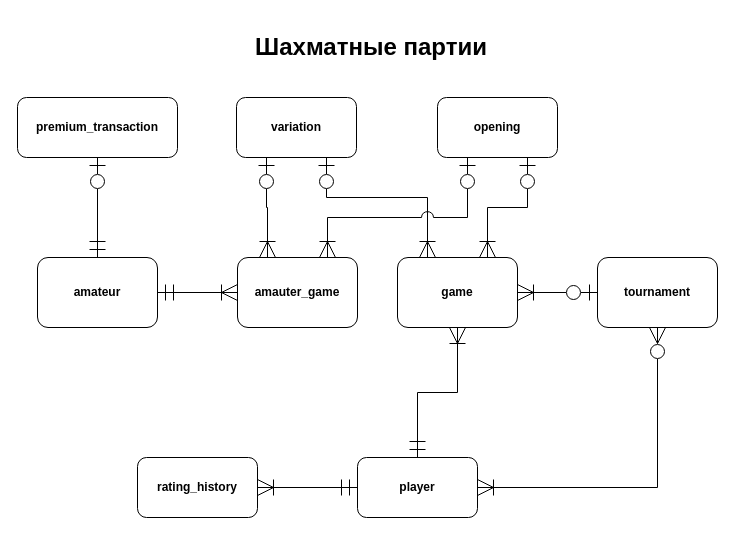
Before: page "концептуальная" (3 of 3) of docs/DB2023.drawio in Pr0f1D0c/DB2023Project, a draw.io diagram. Source tidied: cells renumbered, new cells numbered last; positions are measured from the earlier drawing's top-left corner, leaving out a move shared by most shapes. Both pictures are drawn from the tidied source at 100%, with x=0, y=0 at pixel (17, 27).
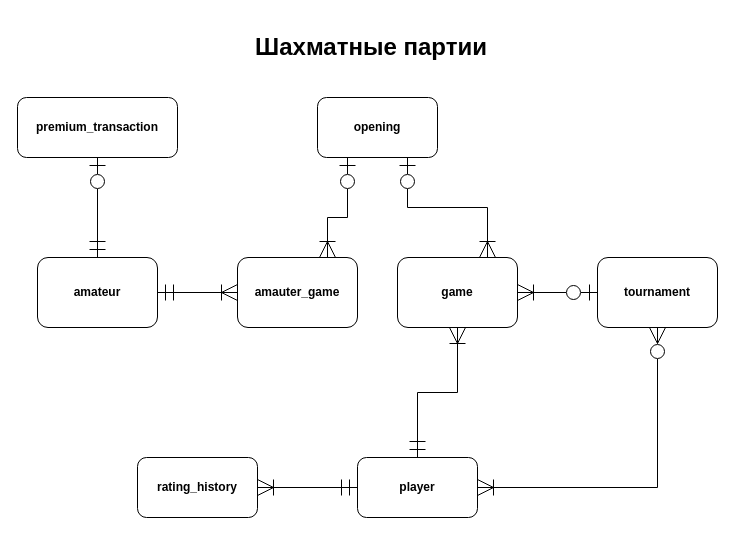
The same diagram, later.

Commit message (it also covers changes not shown here):
variation idea deprecated

Unchanged cells that the change refers to:
```xml
<mxCell id="10" value="&lt;b&gt;game&lt;/b&gt;" style="rounded=1;whiteSpace=wrap;html=1;" parent="1" vertex="1">
  <mxGeometry x="380" y="230" width="120" height="70" as="geometry" />
</mxCell>
<mxCell id="20" value="&lt;b&gt;amauter_game&lt;/b&gt;" style="rounded=1;whiteSpace=wrap;html=1;" parent="1" vertex="1">
  <mxGeometry x="220" y="230" width="120" height="70" as="geometry" />
</mxCell>
```

The edit, as a diff of the source:
```diff
@@
-    <mxCell id="7" style="edgeStyle=orthogonalEdgeStyle;rounded=0;jettySize=auto;html=1;exitX=0.25;exitY=0;exitDx=0;exitDy=0;entryX=0.75;entryY=1;entryDx=0;entryDy=0;endArrow=ERzeroToOne;endFill=0;startArrow=ERoneToMany;startFill=0;endSize=14;startSize=14;jumpStyle=arc;" parent="1" edge="1" source="10" target="11">
-      <mxGeometry relative="1" as="geometry">
-        <Array as="points">
-          <mxPoint x="410" y="170" />
-          <mxPoint x="309" y="170" />
-        </Array>
-      </mxGeometry>
-    </mxCell>
@@
     <mxCell id="9" value="&lt;b&gt;opening&lt;/b&gt;" style="rounded=1;whiteSpace=wrap;html=1;" parent="1" vertex="1">
-      <mxGeometry x="420" y="70" width="120" height="60" as="geometry" />
+      <mxGeometry x="300" y="70" width="120" height="60" as="geometry" />
     </mxCell>
@@
-    <mxCell id="11" value="&lt;b&gt;variation&lt;/b&gt;" style="rounded=1;whiteSpace=wrap;html=1;" parent="1" vertex="1">
-      <mxGeometry x="219" y="70" width="120" height="60" as="geometry" />
-    </mxCell>
@@
-    <mxCell id="21" style="edgeStyle=orthogonalEdgeStyle;rounded=0;jettySize=auto;html=1;exitX=0.25;exitY=0;exitDx=0;exitDy=0;entryX=0.25;entryY=1;entryDx=0;entryDy=0;endArrow=ERzeroToOne;endFill=0;startArrow=ERoneToMany;startFill=0;endSize=14;startSize=14;" parent="1" edge="1" source="20" target="11">
-      <mxGeometry relative="1" as="geometry" />
-    </mxCell>
     <mxCell id="22" style="edgeStyle=orthogonalEdgeStyle;rounded=0;jettySize=auto;html=1;exitX=0.75;exitY=0;exitDx=0;exitDy=0;entryX=0.25;entryY=1;entryDx=0;entryDy=0;endArrow=ERzeroToOne;endFill=0;startArrow=ERoneToMany;startFill=0;endSize=14;startSize=14;jumpStyle=arc;jumpSize=12;" parent="1" edge="1" source="20" target="9">
       <mxGeometry relative="1" as="geometry">
         <Array as="points">
           <mxPoint x="310" y="190" />
-          <mxPoint x="450" y="190" />
+          <mxPoint x="330" y="190" />
         </Array>
       </mxGeometry>
     </mxCell>
```
